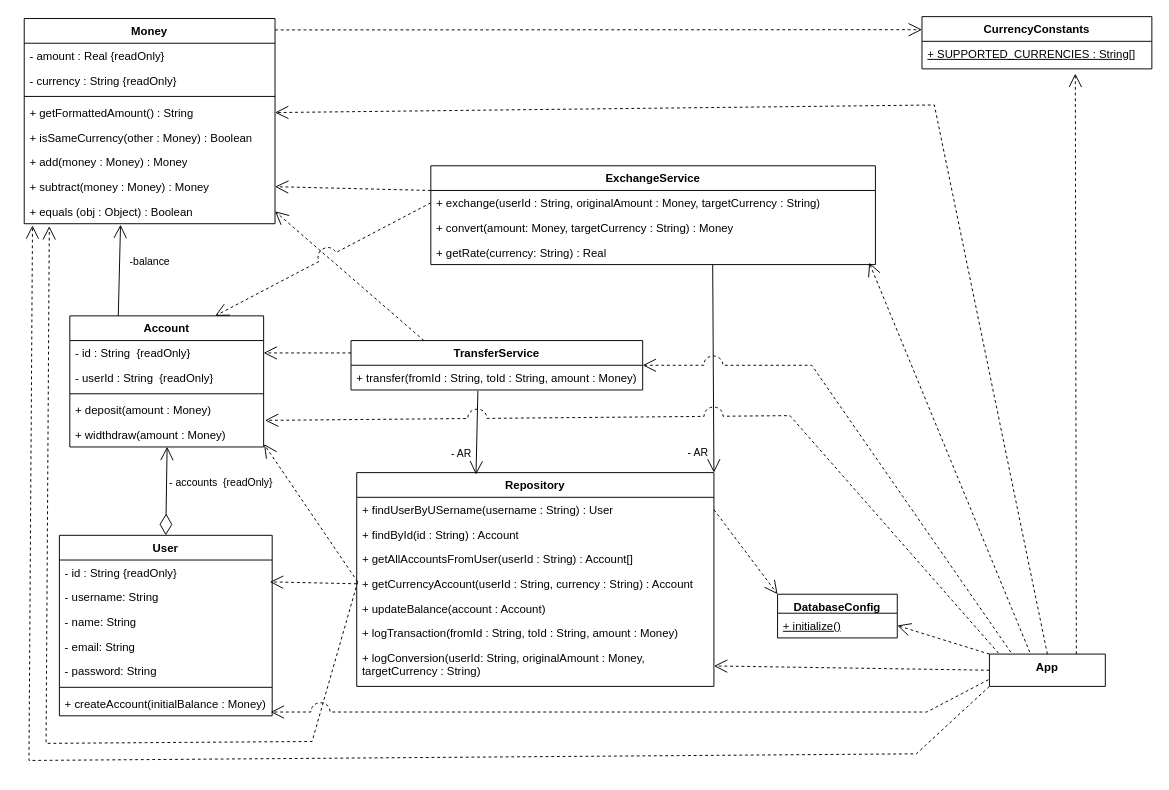
Above: lab 4 - ValueObject/IB.drawio in solovozer/-2 (draw.io), before the change. Source tidied: cells renumbered, new cells numbered last; positions are measured from the earlier drawing's top-left corner, leaving out a move shared by most shapes. Both pictures are drawn from the tidied source at 95%, with x=0, y=0 at pixel (24, 16).
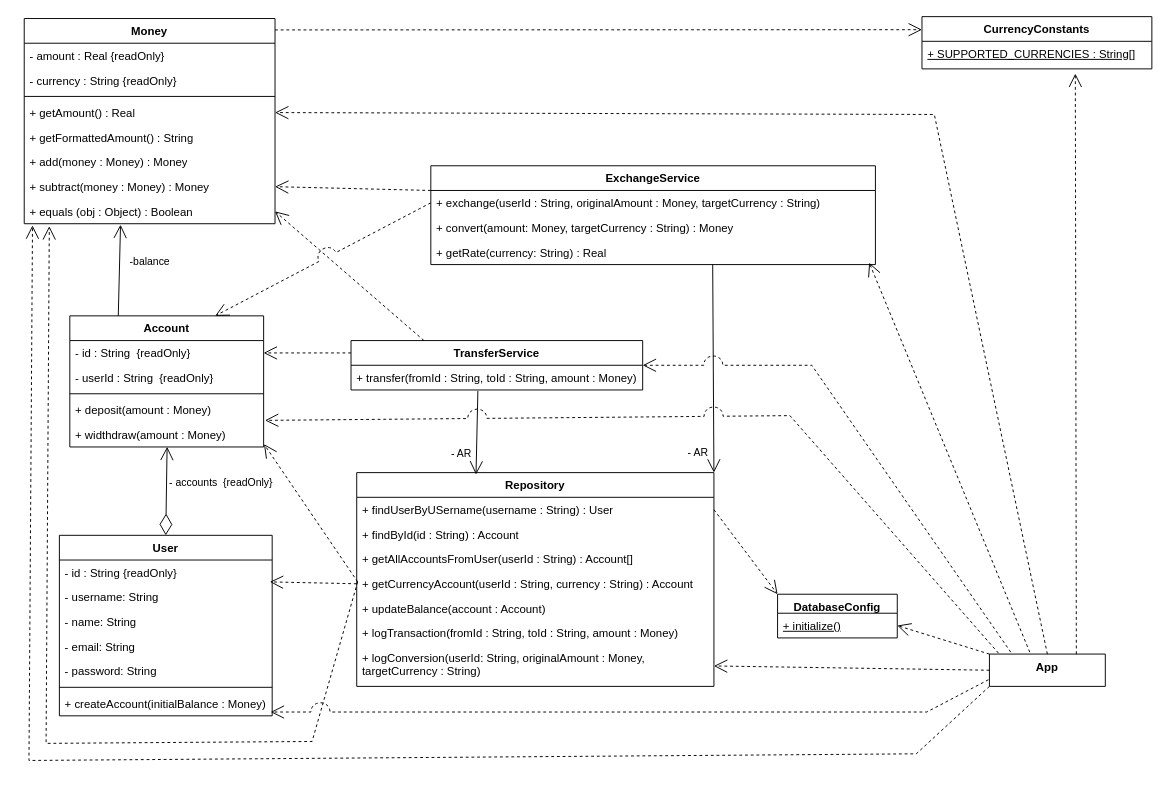
Above is the later version.

The change refers to these unchanged cells:
```xml
<mxCell id="2" value="Money" style="swimlane;fontStyle=1;align=center;verticalAlign=top;horizontal=1;startSize=26;whiteSpace=wrap;html=1;" parent="1" vertex="1">
  <mxGeometry y="2" width="264" height="216" as="geometry" />
</mxCell>
<mxCell id="27" value="App" style="swimlane;fontStyle=1;align=center;verticalAlign=top;horizontal=1;startSize=34;whiteSpace=wrap;html=1;" parent="1" vertex="1">
  <mxGeometry x="1016" y="671" width="122" height="34" as="geometry" />
</mxCell>
```

Change to the diagram source:
```diff
@@
+    <mxCell id="66" value="+ getAmount() : Real" style="text;strokeColor=none;fillColor=none;align=left;verticalAlign=top;spacingLeft=4;spacingRight=4;overflow=hidden;points=[[0,0.5],[1,0.5]];portConstraint=eastwest;whiteSpace=wrap;html=1;" parent="2" vertex="1">
+      <mxGeometry y="86" width="264" height="26" as="geometry" />
+    </mxCell>
     <mxCell id="6" value="+ getFormattedAmount() : String" style="text;strokeColor=none;fillColor=none;align=left;verticalAlign=top;spacingLeft=4;spacingRight=4;overflow=hidden;points=[[0,0.5],[1,0.5]];portConstraint=eastwest;whiteSpace=wrap;html=1;" parent="2" vertex="1">
-      <mxGeometry y="86" width="264" height="26" as="geometry" />
+      <mxGeometry y="112" width="264" height="26" as="geometry" />
     </mxCell>
-    <mxCell id="7" value="+ isSameCurrency(other : Money) : Boolean" style="text;strokeColor=none;fillColor=none;align=left;verticalAlign=top;spacingLeft=4;spacingRight=4;overflow=hidden;whiteSpace=wrap;html=1;" parent="2" vertex="1">
-      <mxGeometry y="112" width="264" height="26" as="geometry" />
-    </mxCell>
@@
-    <mxCell id="64" style="endArrow=open;endFill=1;endSize=12;html=1;rounded=0;exitX=0.5;exitY=0;exitDx=0;exitDy=0;entryX=1;entryY=0.5;entryDx=0;entryDy=0;dashed=1;jumpStyle=arc;jumpSize=20;" parent="1" edge="1" source="27" target="6">
+    <mxCell id="64" style="endArrow=open;endFill=1;endSize=12;html=1;rounded=0;exitX=0.5;exitY=0;exitDx=0;exitDy=0;entryX=1;entryY=0.5;entryDx=0;entryDy=0;dashed=1;jumpStyle=arc;jumpSize=20;" parent="1" edge="1" source="27" target="66">
       <mxGeometry relative="1" as="geometry">
         <Array as="points">
-          <mxPoint x="958" y="93" />
+          <mxPoint x="958" y="103" />
         </Array>
       </mxGeometry>
     </mxCell>
```
